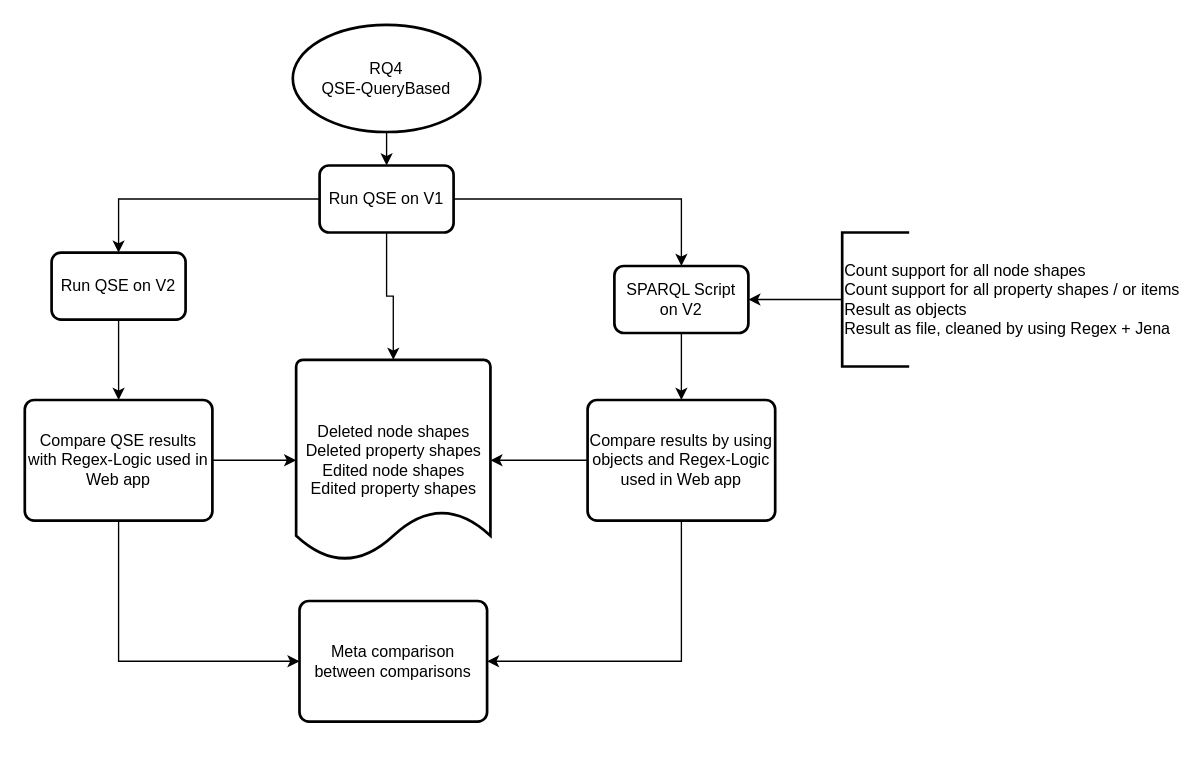
Eva0410/QseEvolvingKg keeps this draw.io diagram as page "Page-2" (2 of 3) of QseEvolvingKgWebApp/notes/Schreiben/Diagrams.drawio. Above is the earlier version. Source tidied: cells renumbered, new cells numbered last; positions are measured from the earlier drawing's top-left corner, leaving out a move shared by most shapes. Both pictures are drawn from the tidied source at 134%, with x=0, y=0 at pixel (24, 24).
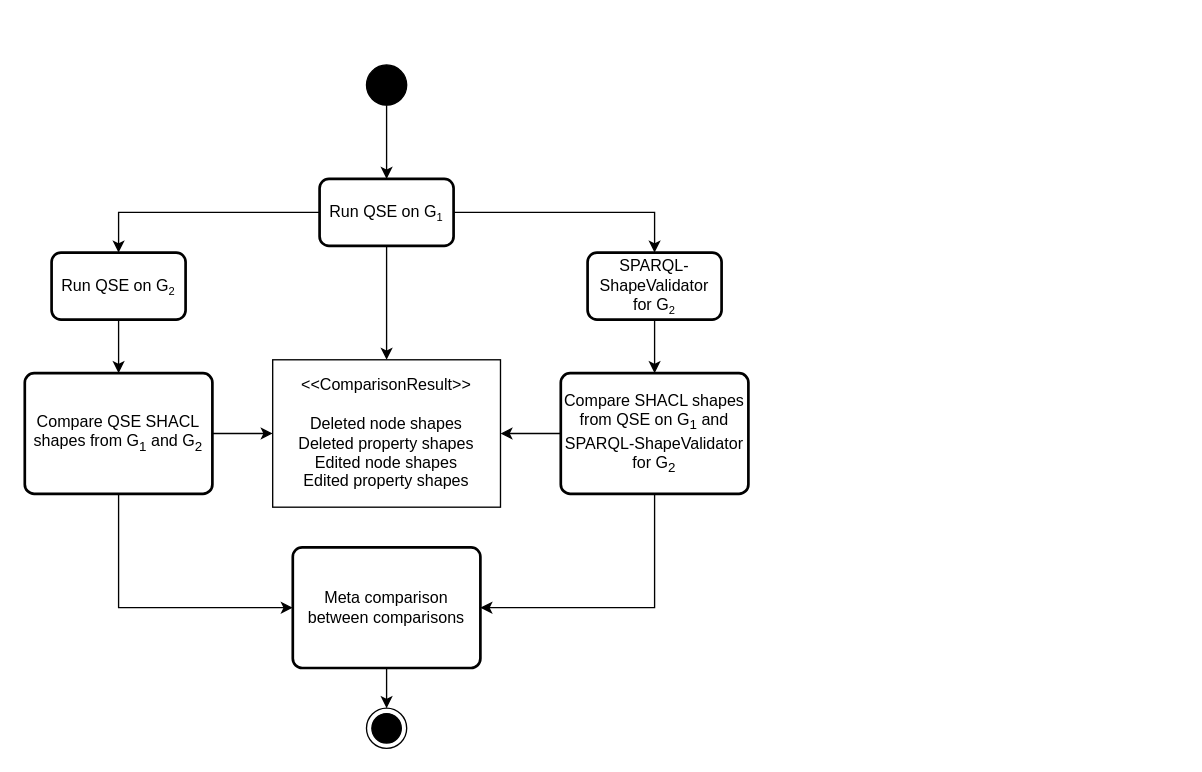
The same page after the edit.

The edit, as a diff of the source:
```diff
@@
-    <mxCell id="2" style="edgeStyle=orthogonalEdgeStyle;rounded=0;jettySize=auto;html=1;" parent="1" edge="1" source="3" target="7">
+    <mxCell id="2" style="edgeStyle=orthogonalEdgeStyle;rounded=0;jettySize=auto;html=1;exitX=0.5;exitY=1;exitDx=0;exitDy=0;" parent="1" edge="1" source="23" target="7">
       <mxGeometry relative="1" as="geometry" />
     </mxCell>
-    <mxCell id="3" value="RQ4&lt;div&gt;QSE-QueryBased&lt;/div&gt;" style="strokeWidth=2;html=1;shape=mxgraph.flowchart.start_1;whiteSpace=wrap;" parent="1" vertex="1">
-      <mxGeometry x="200" width="140" height="80" as="geometry" />
-    </mxCell>
-    <mxCell id="4" style="edgeStyle=orthogonalEdgeStyle;rounded=0;jettySize=auto;html=1;" parent="1" edge="1" source="7" target="9">
+    <mxCell id="4" style="edgeStyle=orthogonalEdgeStyle;rounded=0;jettySize=auto;html=1;entryX=0.5;entryY=0;entryDx=0;entryDy=0;" parent="1" edge="1" source="7" target="9">
       <mxGeometry relative="1" as="geometry" />
     </mxCell>
@@
-    <mxCell id="6" style="edgeStyle=orthogonalEdgeStyle;rounded=0;jettySize=auto;html=1;" parent="1" edge="1" source="7" target="17">
+    <mxCell id="6" style="rounded=0;jettySize=auto;html=1;entryX=0.5;entryY=0;entryDx=0;entryDy=0;" parent="1" edge="1" source="7" target="24">
       <mxGeometry relative="1" as="geometry" />
     </mxCell>
-    <mxCell id="7" value="Run QSE on V1" style="rounded=1;whiteSpace=wrap;html=1;absoluteArcSize=1;arcSize=14;strokeWidth=2;" parent="1" vertex="1">
-      <mxGeometry x="220" y="105" width="100" height="50" as="geometry" />
+    <mxCell id="7" value="Run QSE on G&lt;span style=&quot;font-size: 10px;&quot;&gt;&lt;sub&gt;1&lt;/sub&gt;&lt;/span&gt;" style="rounded=1;whiteSpace=wrap;html=1;absoluteArcSize=1;arcSize=14;strokeWidth=2;" parent="1" vertex="1">
+      <mxGeometry x="220" y="115" width="100" height="50" as="geometry" />
     </mxCell>
@@
-    <mxCell id="9" value="Run QSE on V2" style="rounded=1;whiteSpace=wrap;html=1;absoluteArcSize=1;arcSize=14;strokeWidth=2;" parent="1" vertex="1">
+    <mxCell id="9" value="Run QSE on G&lt;span style=&quot;font-size: 10px;&quot;&gt;&lt;sub&gt;2&lt;/sub&gt;&lt;/span&gt;" style="rounded=1;whiteSpace=wrap;html=1;absoluteArcSize=1;arcSize=14;strokeWidth=2;" parent="1" vertex="1">
       <mxGeometry x="20" y="170" width="100" height="50" as="geometry" />
     </mxCell>
-    <mxCell id="10" style="edgeStyle=orthogonalEdgeStyle;rounded=0;jettySize=auto;html=1;" parent="1" edge="1" source="12" target="17">
-      <mxGeometry relative="1" as="geometry" />
-    </mxCell>
@@
-    <mxCell id="12" value="Compare QSE results with Regex-Logic used in Web app" style="rounded=1;whiteSpace=wrap;html=1;absoluteArcSize=1;arcSize=14;strokeWidth=2;" parent="1" vertex="1">
-      <mxGeometry y="280" width="140" height="90" as="geometry" />
+    <mxCell id="12" value="Compare QSE SHACL shapes from G&lt;sub&gt;1&lt;/sub&gt;&amp;nbsp;and G&lt;sub&gt;2&lt;/sub&gt;" style="rounded=1;whiteSpace=wrap;html=1;absoluteArcSize=1;arcSize=14;strokeWidth=2;" parent="1" vertex="1">
+      <mxGeometry y="260" width="140" height="90" as="geometry" />
     </mxCell>
@@
-    <mxCell id="14" value="SPARQL Script on V2" style="rounded=1;whiteSpace=wrap;html=1;absoluteArcSize=1;arcSize=14;strokeWidth=2;" parent="1" vertex="1">
-      <mxGeometry x="440" y="180" width="100" height="50" as="geometry" />
+    <mxCell id="14" value="SPARQL-ShapeValidator for G&lt;span style=&quot;font-size: 10px;&quot;&gt;&lt;sub&gt;2&lt;/sub&gt;&lt;/span&gt;" style="rounded=1;whiteSpace=wrap;html=1;absoluteArcSize=1;arcSize=14;strokeWidth=2;" parent="1" vertex="1">
+      <mxGeometry x="420" y="170" width="100" height="50" as="geometry" />
     </mxCell>
@@
-    <mxCell id="16" value="Compare results by using objects and Regex-Logic used in Web app" style="rounded=1;whiteSpace=wrap;html=1;absoluteArcSize=1;arcSize=14;strokeWidth=2;" parent="1" vertex="1">
-      <mxGeometry x="420" y="280" width="140" height="90" as="geometry" />
+    <mxCell id="16" value="Compare SHACL shapes from QSE on G&lt;sub&gt;1&lt;/sub&gt;&amp;nbsp;and SPARQL-ShapeValidator for G&lt;sub&gt;2&lt;/sub&gt;" style="rounded=1;whiteSpace=wrap;html=1;absoluteArcSize=1;arcSize=14;strokeWidth=2;" parent="1" vertex="1">
+      <mxGeometry x="400" y="260" width="140" height="90" as="geometry" />
     </mxCell>
-    <mxCell id="17" value="Deleted node shapes&lt;div&gt;Deleted property shapes&lt;/div&gt;&lt;div&gt;Edited node shapes&lt;/div&gt;&lt;div&gt;Edited property shapes&lt;/div&gt;" style="strokeWidth=2;html=1;shape=mxgraph.flowchart.document2;whiteSpace=wrap;size=0.25;" parent="1" vertex="1">
-      <mxGeometry x="202.5" y="250" width="145" height="150" as="geometry" />
-    </mxCell>
-    <mxCell id="18" style="edgeStyle=orthogonalEdgeStyle;rounded=0;jettySize=auto;html=1;entryX=1;entryY=0.5;entryDx=0;entryDy=0;entryPerimeter=0;" parent="1" edge="1" source="16" target="17">
+    <mxCell id="18" style="rounded=0;jettySize=auto;html=1;entryX=1;entryY=0.5;entryDx=0;entryDy=0;" parent="1" edge="1" source="16" target="24">
       <mxGeometry relative="1" as="geometry" />
     </mxCell>
+    <mxCell id="22" style="edgeStyle=orthogonalEdgeStyle;rounded=0;jettySize=auto;html=1;entryX=0.5;entryY=0;entryDx=0;entryDy=0;" parent="1" edge="1" source="19" target="26">
+      <mxGeometry relative="1" as="geometry" />
+    </mxCell>
     <mxCell id="19" value="Meta comparison between comparisons" style="rounded=1;whiteSpace=wrap;html=1;absoluteArcSize=1;arcSize=14;strokeWidth=2;" parent="1" vertex="1">
-      <mxGeometry x="205" y="430" width="140" height="90" as="geometry" />
+      <mxGeometry x="200" y="390" width="140" height="90" as="geometry" />
     </mxCell>
-    <mxCell id="20" style="edgeStyle=orthogonalEdgeStyle;rounded=0;jettySize=auto;html=1;entryX=1;entryY=0.5;entryDx=0;entryDy=0;" parent="1" edge="1" source="21" target="14">
-      <mxGeometry relative="1" as="geometry" />
-    </mxCell>
-    <mxCell id="21" value="Count support for all node shapes&lt;div&gt;Count support for all property shapes / or items&lt;/div&gt;&lt;div&gt;Result as objects&lt;/div&gt;&lt;div&gt;Result as file, cleaned by using Regex + Jena&lt;/div&gt;" style="strokeWidth=2;html=1;shape=mxgraph.flowchart.annotation_1;align=left;" parent="1" vertex="1">
-      <mxGeometry x="610" y="155" width="50" height="100" as="geometry" />
-    </mxCell>
+    <mxCell id="23" style="ellipse;fillColor=strokeColor;html=1;" parent="1" vertex="1">
+      <mxGeometry x="255" y="30" width="30" height="30" as="geometry" />
+    </mxCell>
+    <mxCell id="24" value="&amp;lt;&amp;lt;ComparisonResult&amp;gt;&amp;gt;&lt;br&gt;&lt;br&gt;Deleted node shapes&lt;div&gt;Deleted property shapes&lt;/div&gt;&lt;div&gt;Edited node shapes&lt;/div&gt;&lt;div&gt;Edited property shapes&lt;/div&gt;" style="html=1;align=center;verticalAlign=middle;dashed=0;whiteSpace=wrap;" parent="1" vertex="1">
+      <mxGeometry x="185" y="250" width="170" height="110" as="geometry" />
+    </mxCell>
+    <mxCell id="25" style="edgeStyle=orthogonalEdgeStyle;rounded=0;jettySize=auto;html=1;entryX=0;entryY=0.5;entryDx=0;entryDy=0;" parent="1" edge="1" source="12" target="24">
+      <mxGeometry relative="1" as="geometry" />
+    </mxCell>
+    <mxCell id="26" style="ellipse;html=1;shape=endState;fillColor=strokeColor;" parent="1" vertex="1">
+      <mxGeometry x="255" y="510" width="30" height="30" as="geometry" />
+    </mxCell>
```
